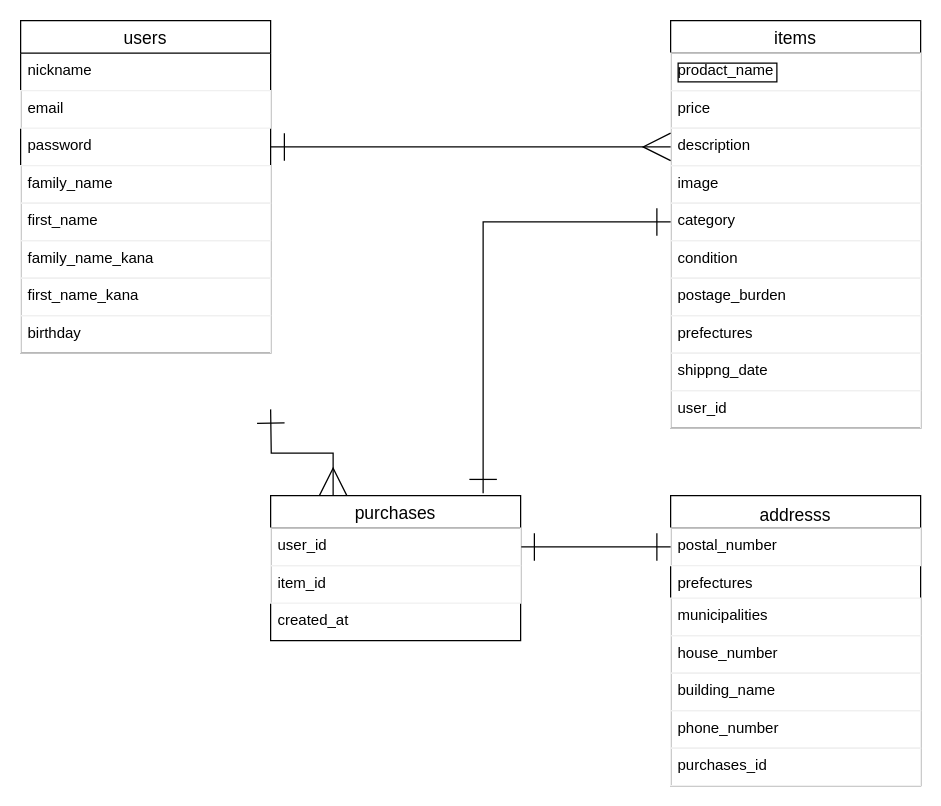
jikkajikka888/furima-30548 keeps this draw.io diagram as test.dio. Above is the earlier version. Source tidied: cells renumbered, new cells numbered last; positions are measured from the earlier drawing's top-left corner, leaving out a move shared by most shapes. Both pictures are drawn from the tidied source at 125%, with x=0, y=0 at pixel (20, 20).
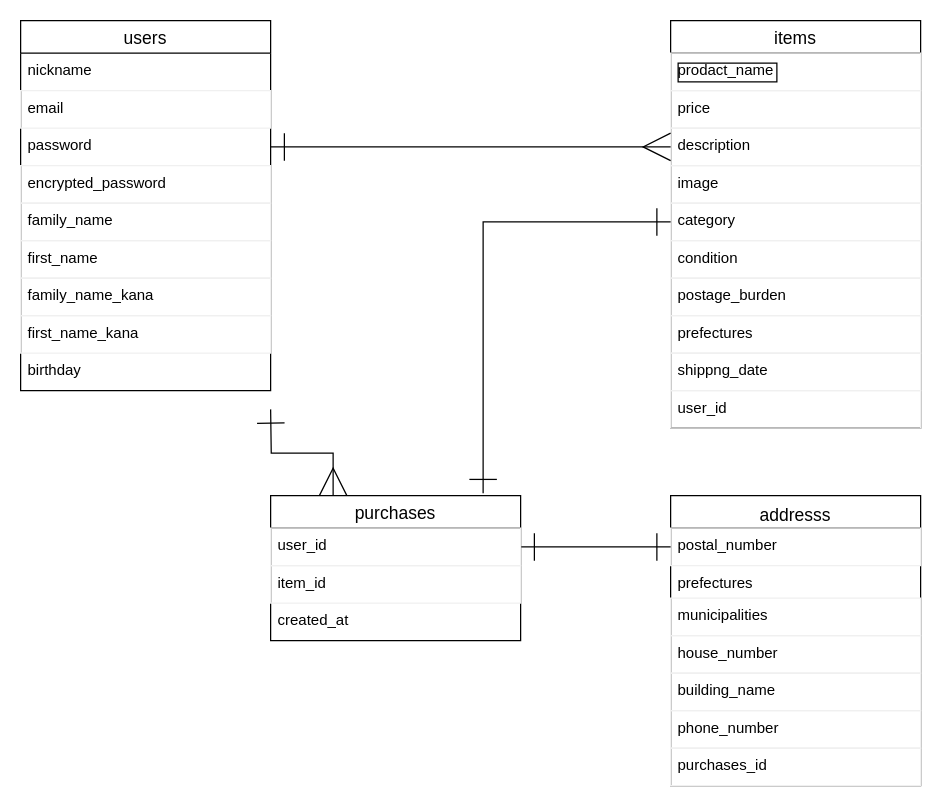
The same page after the edit.

Commit message (it also covers changes not shown here):
カラム追加、修正

Diff of the diagram source:
```diff
@@
     <mxCell id="13" value="users" style="swimlane;fontStyle=0;horizontal=1;startSize=26;align=center;fontSize=14;" parent="1" vertex="1">
-      <mxGeometry width="200" height="266" as="geometry" />
+      <mxGeometry width="200" height="296" as="geometry" />
     </mxCell>
@@
-    <mxCell id="17" value="family_name" style="text;fillColor=none;spacingLeft=4;spacingRight=4;overflow=hidden;fontSize=12;strokeColor=#f0f0f0;" parent="13" vertex="1">
+    <mxCell id="17" value="encrypted_password" style="text;fillColor=none;spacingLeft=4;spacingRight=4;overflow=hidden;fontSize=12;strokeColor=#f0f0f0;" parent="13" vertex="1">
       <mxGeometry y="116" width="200" height="30" as="geometry" />
     </mxCell>
-    <mxCell id="18" value="first_name" style="text;fillColor=none;spacingLeft=4;spacingRight=4;overflow=hidden;fontSize=12;strokeColor=#f0f0f0;" parent="13" vertex="1">
+    <mxCell id="18" value="family_name" style="text;fillColor=none;spacingLeft=4;spacingRight=4;overflow=hidden;fontSize=12;strokeColor=#f0f0f0;" parent="13" vertex="1">
       <mxGeometry y="146" width="200" height="30" as="geometry" />
     </mxCell>
-    <mxCell id="19" value="family_name_kana" style="text;fillColor=none;spacingLeft=4;spacingRight=4;overflow=hidden;fontSize=12;strokeColor=#f0f0f0;" parent="13" vertex="1">
+    <mxCell id="19" value="first_name" style="text;fillColor=none;spacingLeft=4;spacingRight=4;overflow=hidden;fontSize=12;strokeColor=#f0f0f0;" parent="13" vertex="1">
       <mxGeometry y="176" width="200" height="30" as="geometry" />
     </mxCell>
-    <mxCell id="20" value="first_name_kana" style="text;fillColor=none;spacingLeft=4;spacingRight=4;overflow=hidden;fontSize=12;strokeColor=#f0f0f0;" parent="13" vertex="1">
+    <mxCell id="20" value="family_name_kana" style="text;fillColor=none;spacingLeft=4;spacingRight=4;overflow=hidden;fontSize=12;strokeColor=#f0f0f0;" parent="13" vertex="1">
       <mxGeometry y="206" width="200" height="30" as="geometry" />
     </mxCell>
-    <mxCell id="21" value="birthday" style="text;fillColor=none;spacingLeft=4;spacingRight=4;overflow=hidden;fontSize=12;strokeColor=#f0f0f0;" parent="13" vertex="1">
+    <mxCell id="21" value="first_name_kana" style="text;fillColor=none;spacingLeft=4;spacingRight=4;overflow=hidden;fontSize=12;strokeColor=#f0f0f0;" parent="13" vertex="1">
       <mxGeometry y="236" width="200" height="30" as="geometry" />
     </mxCell>
+    <mxCell id="38" value="birthday" style="text;strokeColor=none;fillColor=none;spacingLeft=4;spacingRight=4;overflow=hidden;fontSize=12;" parent="13" vertex="1">
+      <mxGeometry y="266" width="200" height="30" as="geometry" />
+    </mxCell>
```
